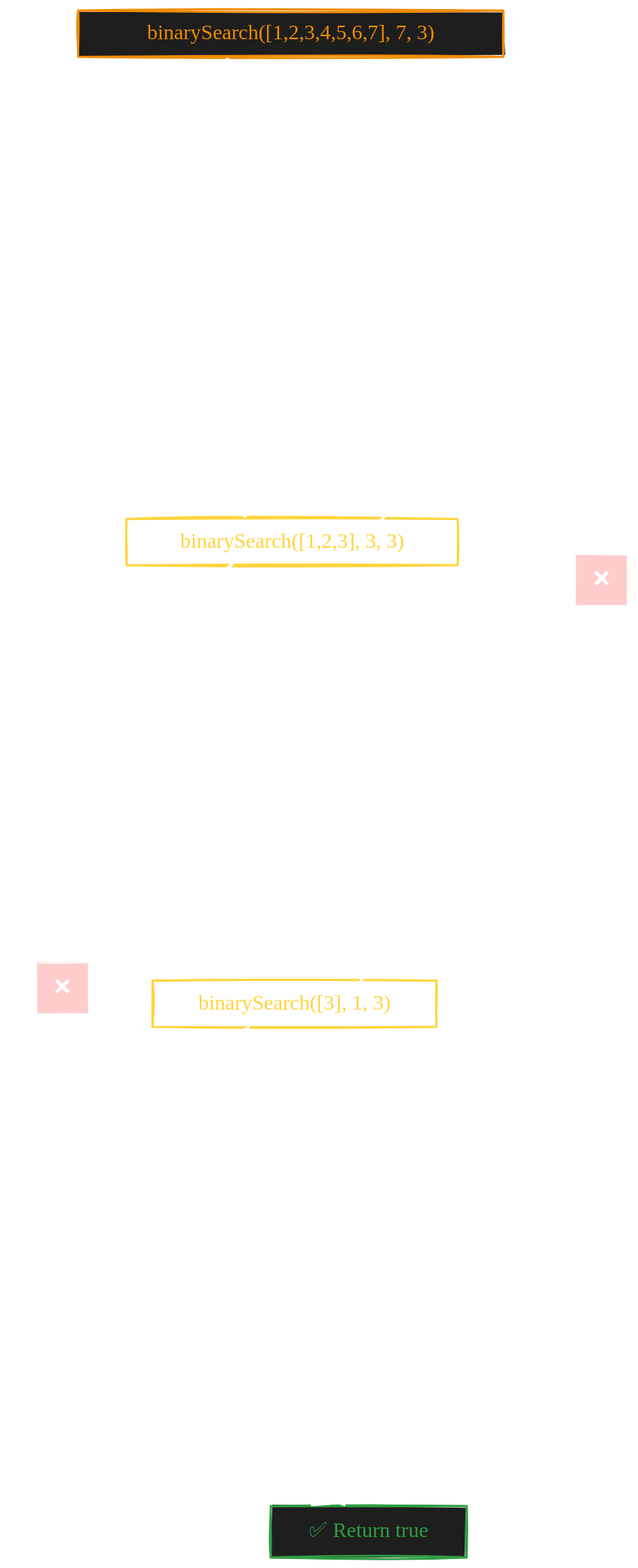
snckkund/Cpp keeps this Excalidraw diagram as lec33_recursion/binarySearch.excalidraw.svg. Above is the earlier version. Source tidied: one line per element, renumbered; positions are measured from the earlier drawing's top-left corner, leaving out a move shared by most shapes.
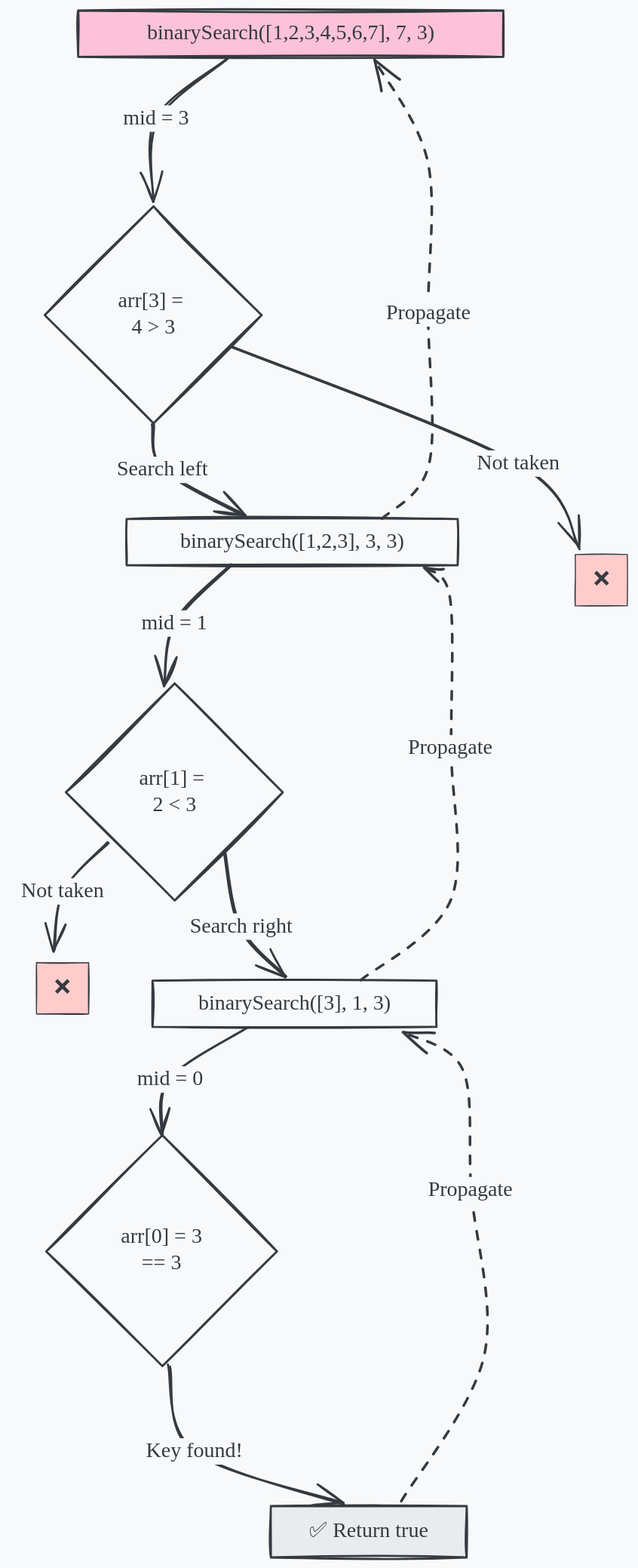
Later version of the same file.

Diff of the diagram source:
```diff
@@ -1,40 +1,40 @@
-{"id": 0, "type": "rectangle", "strokeColor": "#f08c00", "backgroundColor": "#1e1e1e", "fillStyle": "solid", "strokeWidth": 2, "roughness": 1, "x": 51, "y": 0, "width": 403, "height": 44}
+{"id": 0, "type": "rectangle", "strokeColor": "#343a40", "backgroundColor": "#fcc2d7", "fillStyle": "solid", "strokeWidth": 2, "roughness": 1, "x": 51, "y": 0, "width": 403, "height": 44}
-{"id": 1, "type": "diamond", "strokeColor": "#ffffff", "strokeWidth": 2, "roughness": 1, "x": 19, "y": 185, "width": 205, "height": 205}
+{"id": 1, "type": "diamond", "strokeColor": "#343a40", "strokeWidth": 2, "roughness": 1, "x": 19, "y": 185, "width": 205, "height": 205}
-{"id": 2, "type": "rectangle", "strokeColor": "#ffd43b", "strokeWidth": 2, "roughness": 1, "x": 96, "y": 481, "width": 314, "height": 44}
+{"id": 2, "type": "rectangle", "strokeColor": "#343a40", "strokeWidth": 2, "roughness": 1, "x": 96, "y": 481, "width": 314, "height": 44}
-{"id": 3, "type": "rectangle", "strokeColor": "#ffffff", "backgroundColor": "#ffcccc", "fillStyle": "solid", "strokeWidth": 1, "roughness": 1, "x": 521, "y": 515, "width": 49, "height": 49}
+{"id": 3, "type": "rectangle", "strokeColor": "#343a40", "backgroundColor": "#ffcccc", "fillStyle": "solid", "strokeWidth": 1, "roughness": 1, "x": 521, "y": 515, "width": 49, "height": 49}
-{"id": 4, "type": "diamond", "strokeColor": "#ffffff", "strokeWidth": 2, "roughness": 1, "x": 39, "y": 637, "width": 205, "height": 205}
+{"id": 4, "type": "diamond", "strokeColor": "#343a40", "strokeWidth": 2, "roughness": 1, "x": 39, "y": 637, "width": 205, "height": 205}
-{"id": 5, "type": "rectangle", "strokeColor": "#ffffff", "backgroundColor": "#ffcccc", "fillStyle": "solid", "strokeWidth": 1, "roughness": 1, "x": 11, "y": 901, "width": 49, "height": 49}
+{"id": 5, "type": "rectangle", "strokeColor": "#343a40", "backgroundColor": "#ffcccc", "fillStyle": "solid", "strokeWidth": 1, "roughness": 1, "x": 11, "y": 901, "width": 49, "height": 49}
-{"id": 6, "type": "rectangle", "strokeColor": "#ffd43b", "strokeWidth": 2, "roughness": 1, "x": 121, "y": 918, "width": 269, "height": 44}
+{"id": 6, "type": "rectangle", "strokeColor": "#343a40", "strokeWidth": 2, "roughness": 1, "x": 121, "y": 918, "width": 269, "height": 44}
-{"id": 7, "type": "diamond", "strokeColor": "#ffffff", "strokeWidth": 2, "roughness": 1, "x": 20, "y": 1064, "width": 219, "height": 219}
+{"id": 7, "type": "diamond", "strokeColor": "#343a40", "strokeWidth": 2, "roughness": 1, "x": 20, "y": 1064, "width": 219, "height": 219}
-{"id": 8, "type": "rectangle", "strokeColor": "#2f9e44", "backgroundColor": "#1e1e1e", "fillStyle": "solid", "strokeWidth": 2, "roughness": 1, "x": 233, "y": 1415, "width": 185, "height": 49}
+{"id": 8, "type": "rectangle", "strokeColor": "#343a40", "backgroundColor": "#e9ecef", "fillStyle": "solid", "strokeWidth": 2, "roughness": 1, "x": 233, "y": 1415, "width": 185, "height": 49}
-{"id": 9, "type": "arrow", "strokeColor": "#ffffff", "strokeWidth": 2, "roughness": 1, "endArrowhead": "arrow", "round": true, "from": 0, "to": 1, "x": 191, "y": 45, "width": 70, "height": 134, "points": [[0, 0], [-67, 57], [-70, 134]]}
+{"id": 9, "type": "arrow", "strokeColor": "#343a40", "strokeWidth": 2, "roughness": 1, "endArrowhead": "arrow", "round": true, "from": 0, "to": 1, "x": 191, "y": 45, "width": 70, "height": 134, "points": [[0, 0], [-67, 57], [-70, 134]]}
-{"id": 10, "type": "arrow", "strokeColor": "#ffffff", "strokeWidth": 2, "roughness": 1, "endArrowhead": "arrow", "round": true, "from": 1, "to": 2, "x": 121, "y": 392, "width": 88, "height": 87, "points": [[0, 0], [9, 43], [88, 87]]}
+{"id": 10, "type": "arrow", "strokeColor": "#343a40", "strokeWidth": 2, "roughness": 1, "endArrowhead": "arrow", "round": true, "from": 1, "to": 2, "x": 121, "y": 392, "width": 88, "height": 87, "points": [[0, 0], [9, 43], [88, 87]]}
-{"id": 11, "type": "arrow", "strokeColor": "#ffffff", "strokeWidth": 2, "roughness": 1, "endArrowhead": "arrow", "round": true, "from": 1, "to": 3, "x": 195, "y": 318, "width": 329, "height": 191, "points": [[0, 0], [272, 110], [329, 191]]}
+{"id": 11, "type": "arrow", "strokeColor": "#343a40", "strokeWidth": 2, "roughness": 1, "endArrowhead": "arrow", "round": true, "from": 1, "to": 3, "x": 195, "y": 318, "width": 329, "height": 191, "points": [[0, 0], [272, 110], [329, 191]]}
-{"id": 12, "type": "arrow", "strokeColor": "#ffffff", "strokeWidth": 2, "roughness": 1, "endArrowhead": "arrow", "round": true, "to": 4, "x": 196, "y": 523, "width": 65, "height": 116, "points": [[0, 0], [-54, 57], [-65, 116]]}
+{"id": 12, "type": "arrow", "strokeColor": "#343a40", "strokeWidth": 2, "roughness": 1, "endArrowhead": "arrow", "round": true, "to": 4, "x": 196, "y": 523, "width": 65, "height": 116, "points": [[0, 0], [-54, 57], [-65, 116]]}
-{"id": 13, "type": "arrow", "strokeColor": "#ffffff", "strokeWidth": 2, "roughness": 1, "endArrowhead": "arrow", "round": true, "from": 4, "to": 5, "x": 79, "y": 788, "width": 50, "height": 102, "points": [[0, 0], [-43, 46], [-50, 102]]}
+{"id": 13, "type": "arrow", "strokeColor": "#343a40", "strokeWidth": 2, "roughness": 1, "endArrowhead": "arrow", "round": true, "from": 4, "to": 5, "x": 79, "y": 788, "width": 50, "height": 102, "points": [[0, 0], [-43, 46], [-50, 102]]}
-{"id": 14, "type": "arrow", "strokeColor": "#ffffff", "strokeWidth": 2, "roughness": 1, "endArrowhead": "arrow", "round": true, "from": 4, "to": 6, "x": 189, "y": 797, "width": 59, "height": 119, "points": [[0, 0], [16, 70], [59, 119]]}
+{"id": 14, "type": "arrow", "strokeColor": "#343a40", "strokeWidth": 2, "roughness": 1, "endArrowhead": "arrow", "round": true, "from": 4, "to": 6, "x": 189, "y": 797, "width": 59, "height": 119, "points": [[0, 0], [16, 70], [59, 119]]}
-{"id": 15, "type": "arrow", "strokeColor": "#ffffff", "strokeWidth": 2, "roughness": 1, "endArrowhead": "arrow", "round": true, "from": 6, "to": 7, "x": 210, "y": 963, "width": 79, "height": 102, "points": [[0, 0], [-73, 49], [-79, 102]]}
+{"id": 15, "type": "arrow", "strokeColor": "#343a40", "strokeWidth": 2, "roughness": 1, "endArrowhead": "arrow", "round": true, "from": 6, "to": 7, "x": 210, "y": 963, "width": 79, "height": 102, "points": [[0, 0], [-73, 49], [-79, 102]]}
-{"id": 16, "type": "arrow", "strokeColor": "#ffffff", "strokeWidth": 2, "roughness": 1, "endArrowhead": "arrow", "round": true, "from": 7, "to": 8, "x": 136, "y": 1282, "width": 167, "height": 132, "points": [[0, 0], [25, 81], [167, 132]]}
+{"id": 16, "type": "arrow", "strokeColor": "#343a40", "strokeWidth": 2, "roughness": 1, "endArrowhead": "arrow", "round": true, "from": 7, "to": 8, "x": 136, "y": 1282, "width": 167, "height": 132, "points": [[0, 0], [25, 81], [167, 132]]}
-{"id": 17, "type": "arrow", "strokeColor": "#ffffff", "strokeWidth": 2, "strokeStyle": "dashed", "roughness": 1, "endArrowhead": "arrow", "round": true, "from": 8, "to": 6, "x": 357, "y": 1412, "width": 78, "height": 445, "points": [[0, 0], [78, -139], [65, -295], [57, -409], [1, -445]]}
+{"id": 17, "type": "arrow", "strokeColor": "#343a40", "strokeWidth": 2, "strokeStyle": "dashed", "roughness": 1, "endArrowhead": "arrow", "round": true, "from": 8, "to": 6, "x": 357, "y": 1412, "width": 78, "height": 445, "points": [[0, 0], [78, -139], [65, -295], [57, -409], [1, -445]]}
-{"id": 18, "type": "arrow", "strokeColor": "#ffffff", "strokeWidth": 2, "strokeStyle": "dashed", "roughness": 1, "endArrowhead": "arrow", "round": true, "from": 6, "to": 2, "x": 319, "y": 917, "width": 84, "height": 389, "points": [[0, 0], [84, -77], [84, -219], [84, -361], [60, -389]]}
+{"id": 18, "type": "arrow", "strokeColor": "#343a40", "strokeWidth": 2, "strokeStyle": "dashed", "roughness": 1, "endArrowhead": "arrow", "round": true, "from": 6, "to": 2, "x": 319, "y": 917, "width": 84, "height": 389, "points": [[0, 0], [84, -77], [84, -219], [84, -361], [60, -389]]}
-{"id": 19, "type": "arrow", "strokeColor": "#ffffff", "strokeWidth": 2, "strokeStyle": "dashed", "roughness": 1, "endArrowhead": "arrow", "round": true, "from": 2, "to": 0, "x": 338, "y": 480, "width": 50, "height": 434, "points": [[0, 0], [44, -51], [44, -194], [44, -336], [-5, -434]]}
+{"id": 19, "type": "arrow", "strokeColor": "#343a40", "strokeWidth": 2, "strokeStyle": "dashed", "roughness": 1, "endArrowhead": "arrow", "round": true, "from": 2, "to": 0, "x": 338, "y": 480, "width": 50, "height": 434, "points": [[0, 0], [44, -51], [44, -194], [44, -336], [-5, -434]]}
-{"id": 20, "type": "text", "text": "binarySearch([1,2,3,4,5,6,7], 7, 3)", "strokeColor": "#f08c00", "strokeWidth": 2, "roughness": 1, "fontSize": 20, "fontFamily": 5, "textAlign": "center", "verticalAlign": "middle", "inside": 0, "x": 92, "y": 9, "width": 321, "height": 25}
+{"id": 20, "type": "text", "text": "binarySearch([1,2,3,4,5,6,7], 7, 3)", "strokeColor": "#343a40", "strokeWidth": 2, "roughness": 1, "fontSize": 20, "fontFamily": 5, "textAlign": "center", "verticalAlign": "middle", "inside": 0, "x": 92, "y": 9, "width": 321, "height": 25}
-{"id": 21, "type": "text", "text": "arr[3] = \n4 > 3", "strokeColor": "#ffffff", "strokeWidth": 2, "roughness": 1, "fontSize": 20, "fontFamily": 5, "textAlign": "center", "verticalAlign": "middle", "inside": 1, "x": 79, "y": 263, "width": 87, "height": 50}
+{"id": 21, "type": "text", "text": "arr[3] = \n4 > 3", "strokeColor": "#343a40", "strokeWidth": 2, "roughness": 1, "fontSize": 20, "fontFamily": 5, "textAlign": "center", "verticalAlign": "middle", "inside": 1, "x": 79, "y": 263, "width": 87, "height": 50}
-{"id": 22, "type": "text", "text": "binarySearch([1,2,3], 3, 3)", "strokeColor": "#ffd43b", "strokeWidth": 2, "roughness": 1, "fontSize": 20, "fontFamily": 5, "textAlign": "center", "verticalAlign": "middle", "inside": 2, "x": 127, "y": 491, "width": 253, "height": 25}
+{"id": 22, "type": "text", "text": "binarySearch([1,2,3], 3, 3)", "strokeColor": "#343a40", "strokeWidth": 2, "roughness": 1, "fontSize": 20, "fontFamily": 5, "textAlign": "center", "verticalAlign": "middle", "inside": 2, "x": 127, "y": 491, "width": 253, "height": 25}
-{"id": 23, "type": "text", "text": "❌", "strokeColor": "#ffffff", "strokeWidth": 2, "roughness": 1, "fontSize": 20, "fontFamily": 5, "textAlign": "center", "verticalAlign": "middle", "inside": 3, "x": 532, "y": 527, "width": 27, "height": 25}
+{"id": 23, "type": "text", "text": "❌", "strokeColor": "#343a40", "strokeWidth": 2, "roughness": 1, "fontSize": 20, "fontFamily": 5, "textAlign": "center", "verticalAlign": "middle", "inside": 3, "x": 532, "y": 527, "width": 27, "height": 25}
-{"id": 24, "type": "text", "text": "arr[1] = \n2 < 3", "strokeColor": "#ffffff", "strokeWidth": 2, "roughness": 1, "fontSize": 20, "fontFamily": 5, "textAlign": "center", "verticalAlign": "middle", "inside": 4, "x": 100, "y": 715, "width": 83, "height": 50}
+{"id": 24, "type": "text", "text": "arr[1] = \n2 < 3", "strokeColor": "#343a40", "strokeWidth": 2, "roughness": 1, "fontSize": 20, "fontFamily": 5, "textAlign": "center", "verticalAlign": "middle", "inside": 4, "x": 100, "y": 715, "width": 83, "height": 50}
-{"id": 25, "type": "text", "text": "❌", "strokeColor": "#ffffff", "strokeWidth": 2, "roughness": 1, "fontSize": 20, "fontFamily": 5, "textAlign": "center", "verticalAlign": "middle", "inside": 5, "x": 22, "y": 913, "width": 27, "height": 25}
+{"id": 25, "type": "text", "text": "❌", "strokeColor": "#343a40", "strokeWidth": 2, "roughness": 1, "fontSize": 20, "fontFamily": 5, "textAlign": "center", "verticalAlign": "middle", "inside": 5, "x": 22, "y": 913, "width": 27, "height": 25}
-{"id": 26, "type": "text", "text": "binarySearch([3], 1, 3)", "strokeColor": "#ffd43b", "strokeWidth": 2, "roughness": 1, "fontSize": 20, "fontFamily": 5, "textAlign": "center", "verticalAlign": "middle", "inside": 6, "x": 147, "y": 928, "width": 217, "height": 25}
+{"id": 26, "type": "text", "text": "binarySearch([3], 1, 3)", "strokeColor": "#343a40", "strokeWidth": 2, "roughness": 1, "fontSize": 20, "fontFamily": 5, "textAlign": "center", "verticalAlign": "middle", "inside": 6, "x": 147, "y": 928, "width": 217, "height": 25}
-{"id": 27, "type": "text", "text": "arr[0] = 3\n== 3", "strokeColor": "#ffffff", "strokeWidth": 2, "roughness": 1, "fontSize": 20, "fontFamily": 5, "textAlign": "center", "verticalAlign": "middle", "inside": 7, "x": 81, "y": 1149, "width": 98, "height": 50}
+{"id": 27, "type": "text", "text": "arr[0] = 3\n== 3", "strokeColor": "#343a40", "strokeWidth": 2, "roughness": 1, "fontSize": 20, "fontFamily": 5, "textAlign": "center", "verticalAlign": "middle", "inside": 7, "x": 81, "y": 1149, "width": 98, "height": 50}
-{"id": 28, "type": "text", "text": "✅ Return true", "strokeColor": "#2f9e44", "strokeWidth": 2, "roughness": 1, "fontSize": 20, "fontFamily": 5, "textAlign": "center", "verticalAlign": "middle", "inside": 8, "x": 249, "y": 1427, "width": 154, "height": 25}
+{"id": 28, "type": "text", "text": "✅ Return true", "strokeColor": "#343a40", "strokeWidth": 2, "roughness": 1, "fontSize": 20, "fontFamily": 5, "textAlign": "center", "verticalAlign": "middle", "inside": 8, "x": 249, "y": 1427, "width": 154, "height": 25}
-{"id": 29, "type": "text", "text": "mid = 3", "strokeColor": "#ffffff", "strokeWidth": 2, "roughness": 1, "fontSize": 20, "fontFamily": 5, "textAlign": "center", "verticalAlign": "middle", "inside": 9, "x": 86, "y": 132, "width": 69, "height": 25}
+{"id": 29, "type": "text", "text": "mid = 3", "strokeColor": "#343a40", "strokeWidth": 2, "roughness": 1, "fontSize": 20, "fontFamily": 5, "textAlign": "center", "verticalAlign": "middle", "inside": 9, "x": 86, "y": 132, "width": 69, "height": 25}
-{"id": 30, "type": "text", "text": "Search left", "strokeColor": "#ffffff", "strokeWidth": 2, "roughness": 1, "fontSize": 20, "fontFamily": 5, "textAlign": "center", "verticalAlign": "middle", "inside": 10, "x": 66, "y": 416, "width": 93, "height": 25}
+{"id": 30, "type": "text", "text": "Search left", "strokeColor": "#343a40", "strokeWidth": 2, "roughness": 1, "fontSize": 20, "fontFamily": 5, "textAlign": "center", "verticalAlign": "middle", "inside": 10, "x": 66, "y": 416, "width": 93, "height": 25}
-{"id": 31, "type": "text", "text": "Not taken", "strokeColor": "#ffffff", "strokeWidth": 2, "roughness": 1, "fontSize": 20, "fontFamily": 5, "textAlign": "center", "verticalAlign": "middle", "inside": 11, "x": 418, "y": 416, "width": 98, "height": 25}
+{"id": 31, "type": "text", "text": "Not taken", "strokeColor": "#343a40", "strokeWidth": 2, "roughness": 1, "fontSize": 20, "fontFamily": 5, "textAlign": "center", "verticalAlign": "middle", "inside": 11, "x": 418, "y": 416, "width": 98, "height": 25}
-{"id": 32, "type": "text", "text": "mid = 1", "strokeColor": "#ffffff", "strokeWidth": 2, "roughness": 1, "fontSize": 20, "fontFamily": 5, "textAlign": "center", "verticalAlign": "middle", "inside": 12, "x": 87, "y": 544, "width": 66, "height": 25}
+{"id": 32, "type": "text", "text": "mid = 1", "strokeColor": "#343a40", "strokeWidth": 2, "roughness": 1, "fontSize": 20, "fontFamily": 5, "textAlign": "center", "verticalAlign": "middle", "inside": 12, "x": 87, "y": 544, "width": 66, "height": 25}
-{"id": 33, "type": "text", "text": "Not taken", "strokeColor": "#ffffff", "strokeWidth": 2, "roughness": 1, "fontSize": 20, "fontFamily": 5, "textAlign": "center", "verticalAlign": "middle", "inside": 13, "x": 0, "y": 828, "width": 98, "height": 25}
+{"id": 33, "type": "text", "text": "Not taken", "strokeColor": "#343a40", "strokeWidth": 2, "roughness": 1, "fontSize": 20, "fontFamily": 5, "textAlign": "center", "verticalAlign": "middle", "inside": 13, "x": 0, "y": 828, "width": 98, "height": 25}
-{"id": 34, "type": "text", "text": "Search right", "strokeColor": "#ffffff", "strokeWidth": 2, "roughness": 1, "fontSize": 20, "fontFamily": 5, "textAlign": "center", "verticalAlign": "middle", "inside": 14, "x": 158, "y": 848, "width": 106, "height": 25}
+{"id": 34, "type": "text", "text": "Search right", "strokeColor": "#343a40", "strokeWidth": 2, "roughness": 1, "fontSize": 20, "fontFamily": 5, "textAlign": "center", "verticalAlign": "middle", "inside": 14, "x": 158, "y": 848, "width": 106, "height": 25}
-{"id": 35, "type": "text", "text": "mid = 0", "strokeColor": "#ffffff", "strokeWidth": 2, "roughness": 1, "fontSize": 20, "fontFamily": 5, "textAlign": "center", "verticalAlign": "middle", "inside": 15, "x": 173, "y": 986, "width": 69, "height": 25}
+{"id": 35, "type": "text", "text": "mid = 0", "strokeColor": "#343a40", "strokeWidth": 2, "roughness": 1, "fontSize": 20, "fontFamily": 5, "textAlign": "center", "verticalAlign": "middle", "inside": 15, "x": 173, "y": 986, "width": 69, "height": 25}
-{"id": 36, "type": "text", "text": "Key found!", "strokeColor": "#ffffff", "strokeWidth": 2, "roughness": 1, "fontSize": 20, "fontFamily": 5, "textAlign": "center", "verticalAlign": "middle", "inside": 16, "x": 170, "y": 1253, "width": 95, "height": 25}
+{"id": 36, "type": "text", "text": "Key found!", "strokeColor": "#343a40", "strokeWidth": 2, "roughness": 1, "fontSize": 20, "fontFamily": 5, "textAlign": "center", "verticalAlign": "middle", "inside": 16, "x": 170, "y": 1253, "width": 95, "height": 25}
-{"id": 37, "type": "text", "text": "Propagate", "strokeColor": "#ffffff", "strokeWidth": 2, "roughness": 1, "fontSize": 20, "fontFamily": 5, "textAlign": "center", "verticalAlign": "middle", "inside": 17, "x": 371, "y": 1104, "width": 90, "height": 25}
+{"id": 37, "type": "text", "text": "Propagate", "strokeColor": "#343a40", "strokeWidth": 2, "roughness": 1, "fontSize": 20, "fontFamily": 5, "textAlign": "center", "verticalAlign": "middle", "inside": 17, "x": 371, "y": 1104, "width": 90, "height": 25}
-{"id": 38, "type": "text", "text": "Propagate", "strokeColor": "#ffffff", "strokeWidth": 2, "roughness": 1, "fontSize": 20, "fontFamily": 5, "textAlign": "center", "verticalAlign": "middle", "inside": 18, "x": 314, "y": 686, "width": 90, "height": 25}
+{"id": 38, "type": "text", "text": "Propagate", "strokeColor": "#343a40", "strokeWidth": 2, "roughness": 1, "fontSize": 20, "fontFamily": 5, "textAlign": "center", "verticalAlign": "middle", "inside": 18, "x": 314, "y": 686, "width": 90, "height": 25}
-{"id": 39, "type": "text", "text": "Propagate", "strokeColor": "#ffffff", "strokeWidth": 2, "roughness": 1, "fontSize": 20, "fontFamily": 5, "textAlign": "center", "verticalAlign": "middle", "inside": 19, "x": 263, "y": 274, "width": 102, "height": 25}
+{"id": 39, "type": "text", "text": "Propagate", "strokeColor": "#343a40", "strokeWidth": 2, "roughness": 1, "fontSize": 20, "fontFamily": 5, "textAlign": "center", "verticalAlign": "middle", "inside": 19, "x": 263, "y": 274, "width": 102, "height": 25}
```
